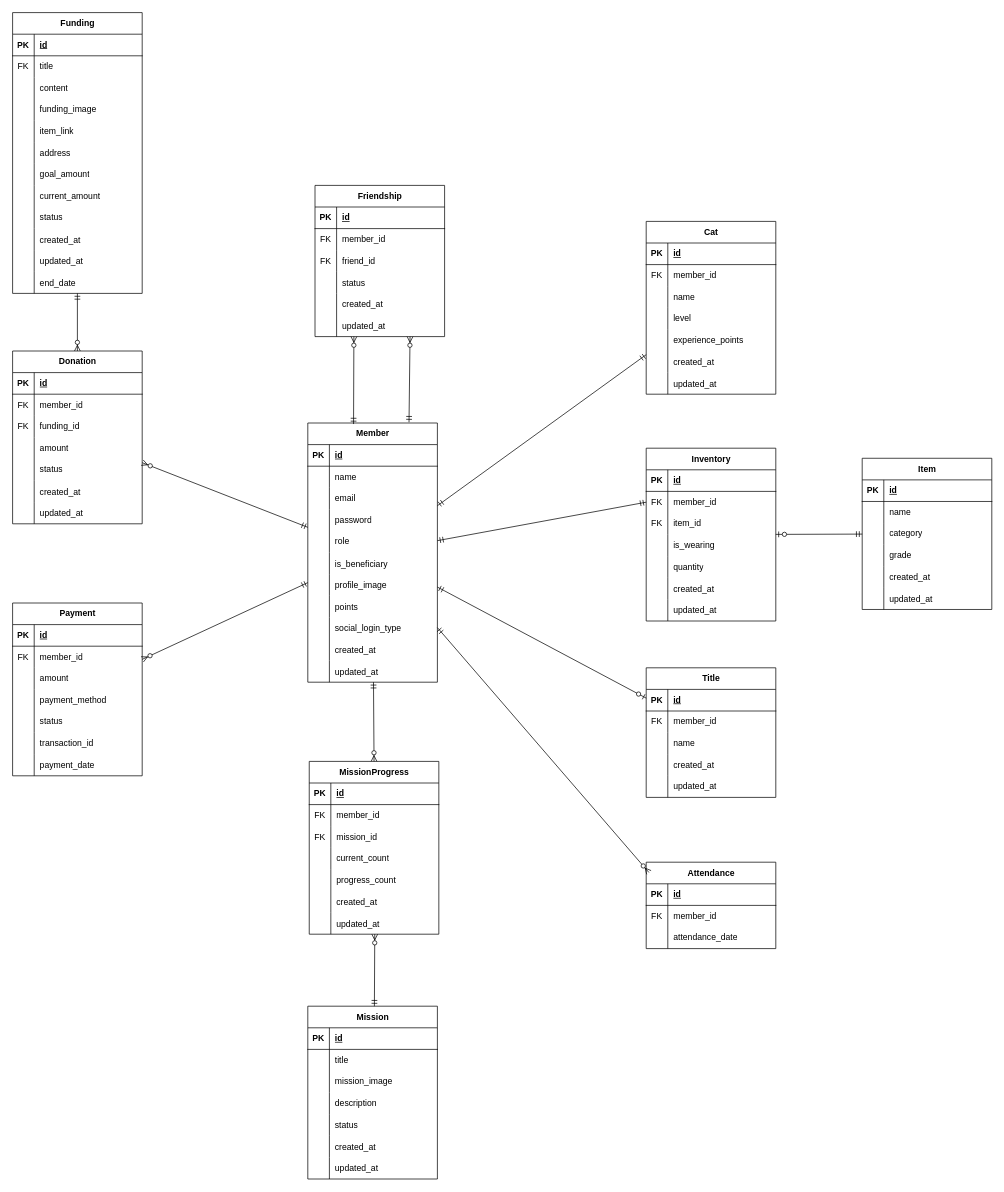
Above: ChaeumERD.drawio in 2025-Advanced-Capstone-Chaeum/ERD (draw.io), before the change. Source tidied: cells renumbered, new cells numbered last; positions are measured from the earlier drawing's top-left corner, leaving out a move shared by most shapes. Both pictures are drawn from the tidied source at 72%, with x=0, y=0 at pixel (12, 12).
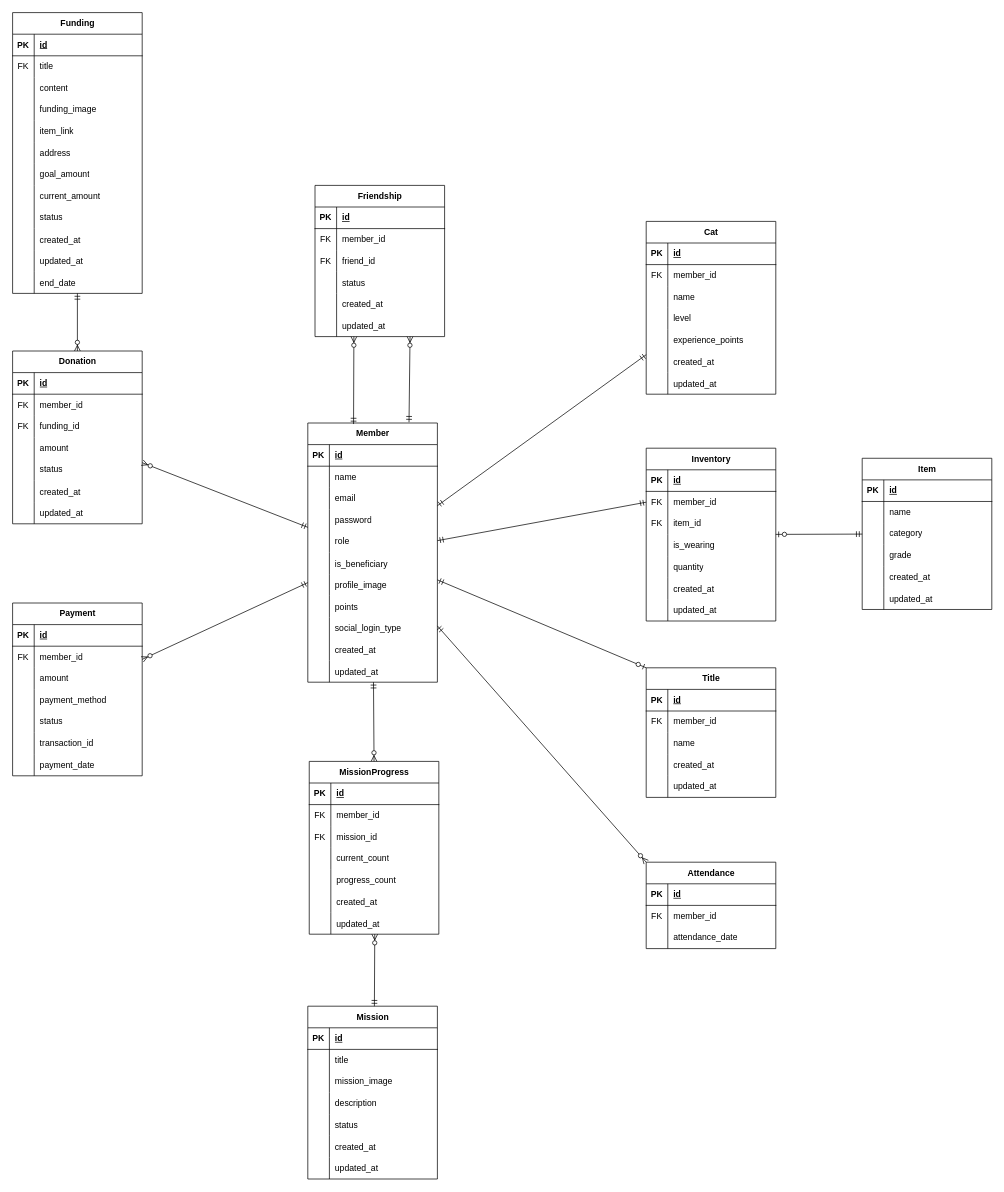
The same diagram, later.

Commit message:
docs(ERD): 관계선 위치조정

The change refers to these unchanged cells:
```xml
<mxCell id="2" value="Member" style="shape=table;startSize=30;childLayout=tableLayout;rowLines=0;fontStyle=1;align=center;html=1;" parent="1" vertex="1">
  <mxGeometry x="410" y="570" width="180" height="360" as="geometry" />
</mxCell>
<mxCell id="188" value="Attendance" style="shape=table;startSize=30;childLayout=tableLayout;rowLines=0;fontStyle=1;align=center;html=1;" parent="1" vertex="1">
  <mxGeometry x="880" y="1180" width="180" height="120" as="geometry" />
</mxCell>
<mxCell id="257" value="Title" style="shape=table;startSize=30;childLayout=tableLayout;rowLines=0;fontStyle=1;align=center;html=1;" parent="1" vertex="1">
  <mxGeometry x="880" y="910" width="180" height="180" as="geometry" />
</mxCell>
```

Change to the diagram source:
```diff
@@
-    <mxCell id="279" style="fontSize=12;html=1;endArrow=ERzeroToOne;startArrow=ERmandOne;rounded=0;" parent="1" edge="1" source="2" target="257">
+    <mxCell id="279" style="fontSize=12;html=1;endArrow=ERzeroToOne;startArrow=ERmandOne;rounded=0;entryX=0;entryY=0;entryDx=0;entryDy=0;" parent="1" edge="1" source="2" target="257">
       <mxGeometry relative="1" as="geometry" />
     </mxCell>
-    <mxCell id="280" style="fontSize=12;html=1;endArrow=ERzeroToMany;startArrow=ERmandOne;rounded=0;entryX=0.021;entryY=0.119;entryDx=0;entryDy=0;entryPerimeter=0;" parent="1" edge="1" source="2" target="188">
+    <mxCell id="280" style="fontSize=12;html=1;endArrow=ERzeroToMany;startArrow=ERmandOne;rounded=0;entryX=0;entryY=0;entryDx=0;entryDy=0;" parent="1" edge="1" source="2" target="188">
       <mxGeometry relative="1" as="geometry" />
     </mxCell>
```
